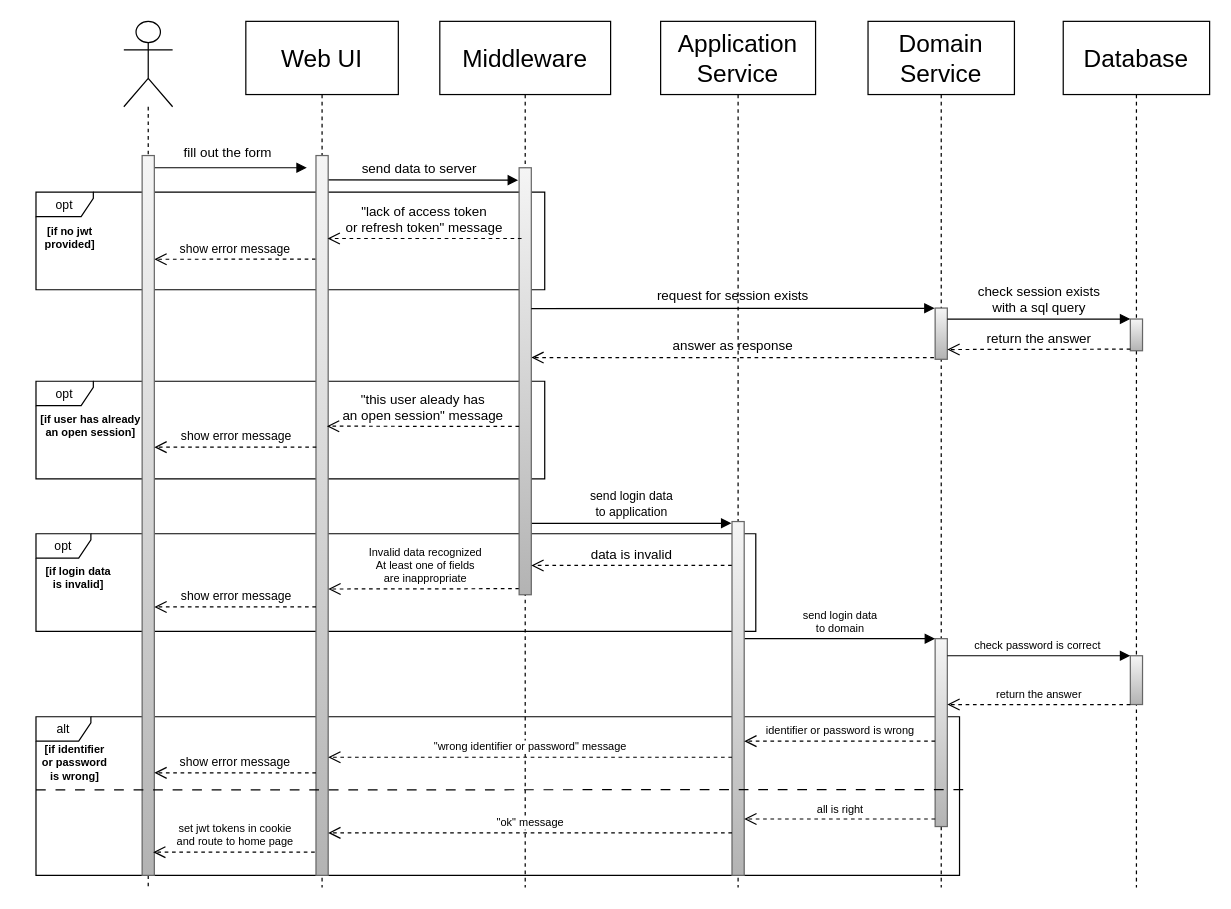
Before: docs/UML/SequenceDiagrams/auth_login_sequence.drawio in Iamirup/whaler, a draw.io diagram. Source tidied: cells renumbered, new cells numbered last; positions are measured from the earlier drawing's top-left corner, leaving out a move shared by most shapes. Both pictures are drawn from the tidied source at 122%, with x=0, y=0 at pixel (21, 21).
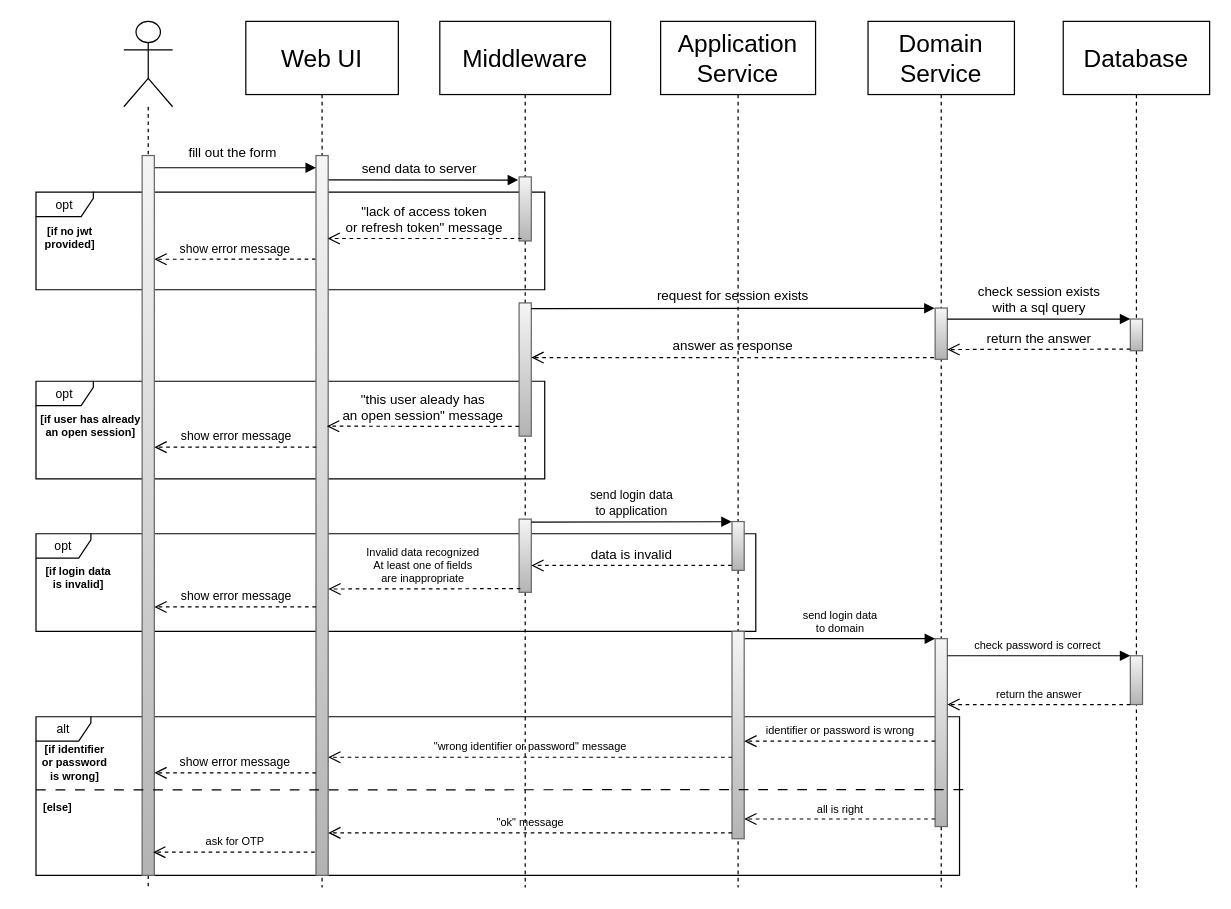
Above is the later version.

The change refers to these unchanged cells:
```xml
<mxCell id="8" value="&lt;font style=&quot;font-size: 20px;&quot;&gt;Web UI&lt;/font&gt;" style="shape=umlLifeline;perimeter=lifelinePerimeter;whiteSpace=wrap;html=1;size=60;" parent="1" vertex="1">
  <mxGeometry x="184" width="125" height="710" as="geometry" />
</mxCell>
<mxCell id="10" style="html=1;points=[];perimeter=orthogonalPerimeter;verticalAlign=middle;fillStyle=auto;rounded=0;glass=0;shadow=0;fillColor=#f5f5f5;gradientColor=#b3b3b3;strokeColor=#666666;" parent="8" vertex="1">
  <mxGeometry x="57.5" y="110" width="10" height="590" as="geometry" />
</mxCell>
<mxCell id="11" value="&lt;font style=&quot;&quot;&gt;&lt;font style=&quot;font-size: 20px;&quot;&gt;Middleware&lt;/font&gt;&lt;br&gt;&lt;/font&gt;" style="shape=umlLifeline;perimeter=lifelinePerimeter;whiteSpace=wrap;html=1;size=60;" parent="1" vertex="1">
  <mxGeometry x="343" width="140" height="710" as="geometry" />
</mxCell>
<mxCell id="13" style="html=1;points=[];perimeter=orthogonalPerimeter;fontSize=9;fillColor=#f5f5f5;gradientColor=#b3b3b3;strokeColor=#666666;" parent="12" vertex="1">
  <mxGeometry x="55" y="506" width="10" height="154" as="geometry" />
</mxCell>
<mxCell id="15" value="&lt;font style=&quot;font-size: 20px;&quot;&gt;Application Service&lt;/font&gt;" style="shape=umlLifeline;perimeter=lifelinePerimeter;whiteSpace=wrap;html=1;size=60;" parent="1" vertex="1">
  <mxGeometry x="524" width="127" height="710" as="geometry" />
</mxCell>
```

Change to the diagram source:
```diff
@@
-    <mxCell id="9" value="&lt;font style=&quot;font-size: 11px;&quot;&gt;send data to server&lt;/font&gt;" style="html=1;verticalAlign=bottom;endArrow=block;entryX=-0.084;entryY=0.029;entryDx=0;entryDy=0;entryPerimeter=0;" parent="8" edge="1" target="22">
+    <mxCell id="9" value="&lt;font style=&quot;font-size: 11px;&quot;&gt;send data to server&lt;/font&gt;" style="html=1;verticalAlign=bottom;endArrow=block;entryX=-0.084;entryY=0.029;entryDx=0;entryDy=0;entryPerimeter=0;labelBackgroundColor=none;" parent="8" edge="1">
       <mxGeometry relative="1" as="geometry">
         <mxPoint x="60" y="130" as="sourcePoint" />
+        <mxPoint x="223.2" y="130.1" as="targetPoint" />
       </mxGeometry>
     </mxCell>
@@
+    <mxCell id="48" style="html=1;perimeter=orthogonalPerimeter;fontSize=11;fillColor=#f5f5f5;gradientColor=#b3b3b3;strokeColor=#666666;" parent="11" vertex="1">
+      <mxGeometry x="65" y="127.5" width="10" height="52.5" as="geometry" />
+    </mxCell>
+    <mxCell id="49" style="html=1;perimeter=orthogonalPerimeter;fontSize=11;fillColor=#f5f5f5;gradientColor=#b3b3b3;strokeColor=#666666;" parent="11" vertex="1">
+      <mxGeometry x="65" y="230.8" width="10" height="109.2" as="geometry" />
+    </mxCell>
+    <mxCell id="50" style="html=1;perimeter=orthogonalPerimeter;fontSize=11;fillColor=#f5f5f5;gradientColor=#b3b3b3;strokeColor=#666666;" parent="11" vertex="1">
+      <mxGeometry x="65" y="408" width="10" height="60" as="geometry" />
+    </mxCell>
@@
-    <mxCell id="14" value="&lt;font style=&quot;font-size: 11px;&quot;&gt;fill out the form&lt;/font&gt;" style="html=1;verticalAlign=bottom;endArrow=block;fontSize=22;labelBackgroundColor=none;" parent="1" edge="1">
+    <mxCell id="14" value="&lt;font style=&quot;font-size: 11px;&quot;&gt;fill out the form&lt;/font&gt;" style="html=1;verticalAlign=bottom;endArrow=block;fontSize=22;labelBackgroundColor=none;" parent="1" edge="1" target="10">
       <mxGeometry relative="1" as="geometry">
         <mxPoint x="104" y="120" as="sourcePoint" />
-        <mxPoint x="234" y="120" as="targetPoint" />
       </mxGeometry>
     </mxCell>
@@
     <mxCell id="16" style="html=1;points=[];perimeter=orthogonalPerimeter;fontSize=11;fillColor=#f5f5f5;gradientColor=#b3b3b3;strokeColor=#666666;" parent="15" vertex="1">
-      <mxGeometry x="58.5" y="410" width="10" height="290" as="geometry" />
+      <mxGeometry x="58.5" y="500" width="10" height="170" as="geometry" />
     </mxCell>
-    <mxCell id="17" value="&quot;wrong identifier or password&quot; message" style="html=1;verticalAlign=bottom;endArrow=open;dashed=1;endSize=8;labelBackgroundColor=default;fontSize=9;" parent="15" edge="1">
+    <mxCell id="17" value="&quot;wrong identifier or password&quot; message" style="html=1;verticalAlign=bottom;endArrow=open;dashed=1;endSize=8;labelBackgroundColor=none;fontSize=9;" parent="15" edge="1">
       <mxGeometry relative="1" as="geometry">
         <mxPoint x="58.5" y="603.2" as="sourcePoint" />
         <mxPoint x="-272.5" y="603.2" as="targetPoint" />
       </mxGeometry>
     </mxCell>
+    <mxCell id="51" style="html=1;points=[];perimeter=orthogonalPerimeter;fontSize=11;fillColor=#f5f5f5;gradientColor=#b3b3b3;strokeColor=#666666;" parent="15" vertex="1">
+      <mxGeometry x="58.5" y="410" width="10" height="40" as="geometry" />
+    </mxCell>
-    <mxCell id="18" value="&lt;span style=&quot;font-size: 11px;&quot;&gt;answer as response&lt;/span&gt;" style="html=1;verticalAlign=bottom;endArrow=open;dashed=1;endSize=8;fontSize=14;exitX=-0.1;exitY=0.952;exitDx=0;exitDy=0;exitPerimeter=0;labelBackgroundColor=none;" parent="1" edge="1" target="22">
+    <mxCell id="18" value="&lt;span style=&quot;font-size: 11px;&quot;&gt;answer as response&lt;/span&gt;" style="html=1;verticalAlign=bottom;endArrow=open;dashed=1;endSize=8;fontSize=14;exitX=-0.1;exitY=0.952;exitDx=0;exitDy=0;exitPerimeter=0;labelBackgroundColor=none;" parent="1" edge="1">
       <mxGeometry relative="1" as="geometry">
         <mxPoint x="748" y="275.6" as="sourcePoint" />
+        <mxPoint x="418" y="275.6" as="targetPoint" />
       </mxGeometry>
     </mxCell>
     <mxCell id="19" value="Invalid data recognized&lt;br&gt;At least one of fields&lt;br&gt;are inappropriate" style="html=1;verticalAlign=bottom;endArrow=open;dashed=1;endSize=8;fontSize=9;labelBackgroundColor=none;entryX=1.012;entryY=0.638;entryDx=0;entryDy=0;entryPerimeter=0;" parent="1" edge="1">
       <mxGeometry x="0.02" relative="1" as="geometry">
-        <mxPoint x="414" y="465" as="sourcePoint" />
+        <mxPoint x="409" y="465" as="sourcePoint" />
         <mxPoint x="251.6" y="465.3" as="targetPoint" />
       </mxGeometry>
     </mxCell>
@@
-    <mxCell id="21" value="&lt;span style=&quot;font-size: 10px;&quot;&gt;send login data &lt;br&gt;to application&lt;br&gt;&lt;/span&gt;" style="html=1;verticalAlign=bottom;endArrow=block;labelBackgroundColor=none;entryX=-0.045;entryY=0.005;entryDx=0;entryDy=0;entryPerimeter=0;" parent="1" edge="1" source="22" target="16">
-      <mxGeometry relative="1" as="geometry" />
+    <mxCell id="21" value="&lt;span style=&quot;font-size: 10px;&quot;&gt;send login data &lt;br&gt;to application&lt;br&gt;&lt;/span&gt;" style="html=1;verticalAlign=bottom;endArrow=block;labelBackgroundColor=none;entryX=-0.02;entryY=0.004;entryDx=0;entryDy=0;entryPerimeter=0;" parent="1" edge="1" target="51">
+      <mxGeometry relative="1" as="geometry">
+        <mxPoint x="418" y="410.4" as="sourcePoint" />
+      </mxGeometry>
     </mxCell>
-    <mxCell id="22" style="html=1;points=[];perimeter=orthogonalPerimeter;fillColor=#f5f5f5;gradientColor=#b3b3b3;strokeColor=#666666;" parent="1" vertex="1">
-      <mxGeometry x="408" y="120" width="10" height="350" as="geometry" />
-    </mxCell>
@@
-    <mxCell id="38" value="send login data&lt;br&gt;to domain" style="html=1;verticalAlign=bottom;endArrow=block;entryX=0;entryY=0;labelBackgroundColor=default;fontSize=9;" parent="1" edge="1" target="13">
+    <mxCell id="38" value="send login data&lt;br&gt;to domain" style="html=1;verticalAlign=bottom;endArrow=block;entryX=0;entryY=0;labelBackgroundColor=none;fontSize=9;" parent="1" edge="1" target="13">
       <mxGeometry relative="1" as="geometry">
         <mxPoint x="593" y="506" as="sourcePoint" />
       </mxGeometry>
     </mxCell>
@@
-    <mxCell id="42" value="identifier or password is wrong" style="html=1;verticalAlign=bottom;endArrow=open;dashed=1;endSize=8;labelBackgroundColor=default;fontSize=9;" parent="1" edge="1" target="16">
+    <mxCell id="42" value="identifier or password is wrong" style="html=1;verticalAlign=bottom;endArrow=open;dashed=1;endSize=8;labelBackgroundColor=none;fontSize=9;" parent="1" edge="1" target="16">
       <mxGeometry relative="1" as="geometry">
         <mxPoint x="749" y="590" as="sourcePoint" />
       </mxGeometry>
     </mxCell>
@@
-    <mxCell id="46" value="&quot;ok&quot; message" style="html=1;verticalAlign=bottom;endArrow=open;dashed=1;endSize=8;labelBackgroundColor=default;fontSize=9;" parent="1" edge="1">
+    <mxCell id="46" value="&quot;ok&quot; message" style="html=1;verticalAlign=bottom;endArrow=open;dashed=1;endSize=8;labelBackgroundColor=none;fontSize=9;" parent="1" edge="1">
       <mxGeometry relative="1" as="geometry">
         <mxPoint x="582.5" y="665.2" as="sourcePoint" />
         <mxPoint x="251.5" y="665.2" as="targetPoint" />
       </mxGeometry>
     </mxCell>
-    <mxCell id="47" value="set jwt tokens in cookie&lt;br&gt;and route to home page" style="html=1;verticalAlign=bottom;endArrow=open;dashed=1;endSize=8;labelBackgroundColor=none;fontSize=9;" parent="1" edge="1">
+    <mxCell id="47" value="ask for OTP" style="html=1;verticalAlign=bottom;endArrow=open;dashed=1;endSize=8;labelBackgroundColor=none;fontSize=9;" parent="1" edge="1">
       <mxGeometry relative="1" as="geometry">
         <mxPoint x="240.5" y="681" as="sourcePoint" />
         <mxPoint x="108" y="681" as="targetPoint" />
       </mxGeometry>
     </mxCell>
+    <mxCell id="52" value="[else]" style="text;html=1;strokeColor=none;fillColor=none;align=center;verticalAlign=middle;whiteSpace=wrap;rounded=0;fontSize=9;fontStyle=1;" parent="1" vertex="1">
+      <mxGeometry y="630" width="60" height="30" as="geometry" />
+    </mxCell>
```
